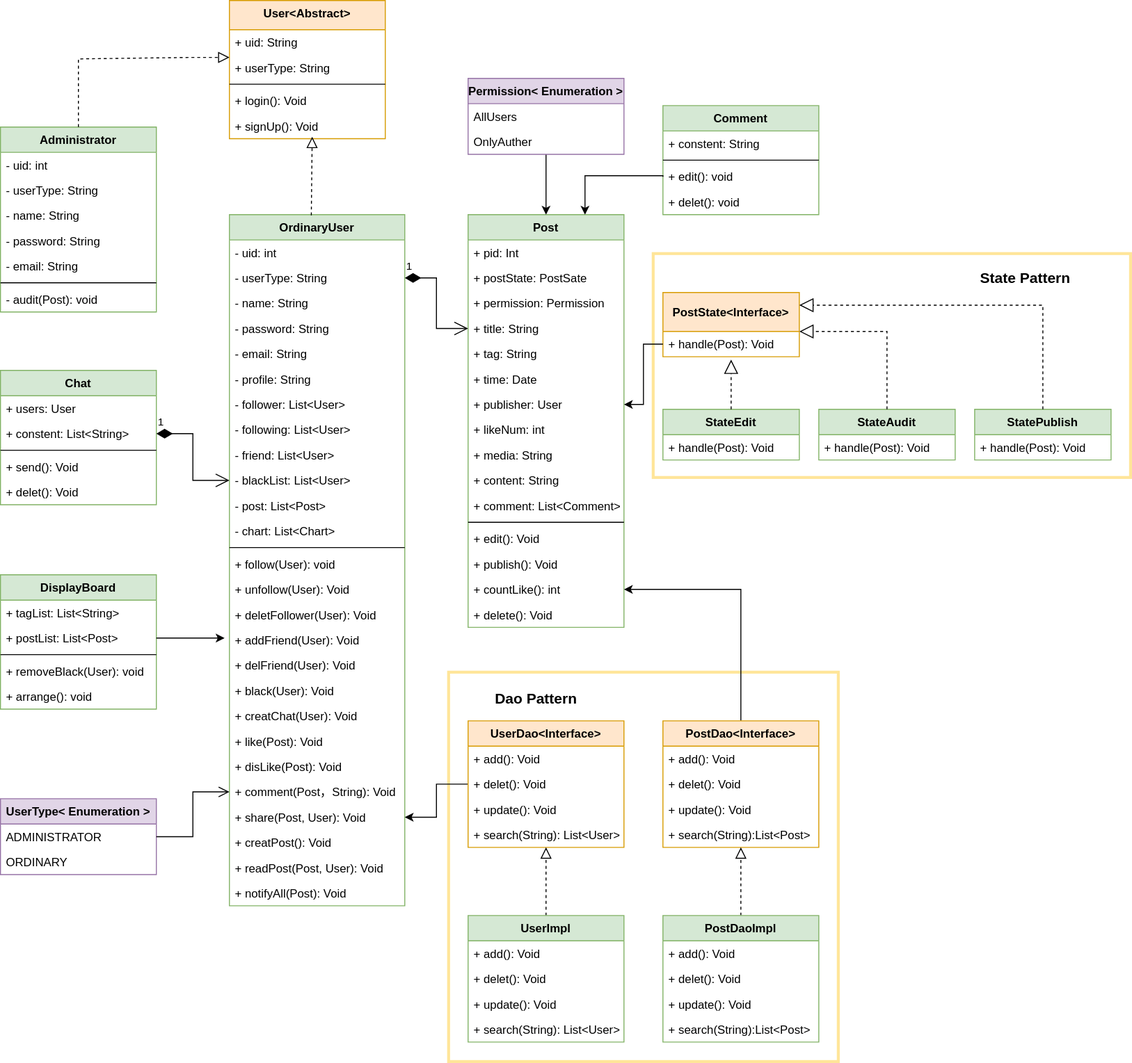
Before: Untitled Diagram.drawio.svg, a diagram exported from draw.io (liuqihan/UML). Source tidied: cells renumbered, new cells last; positions are measured from the earlier drawing's top-left corner, leaving out a move shared by most shapes.
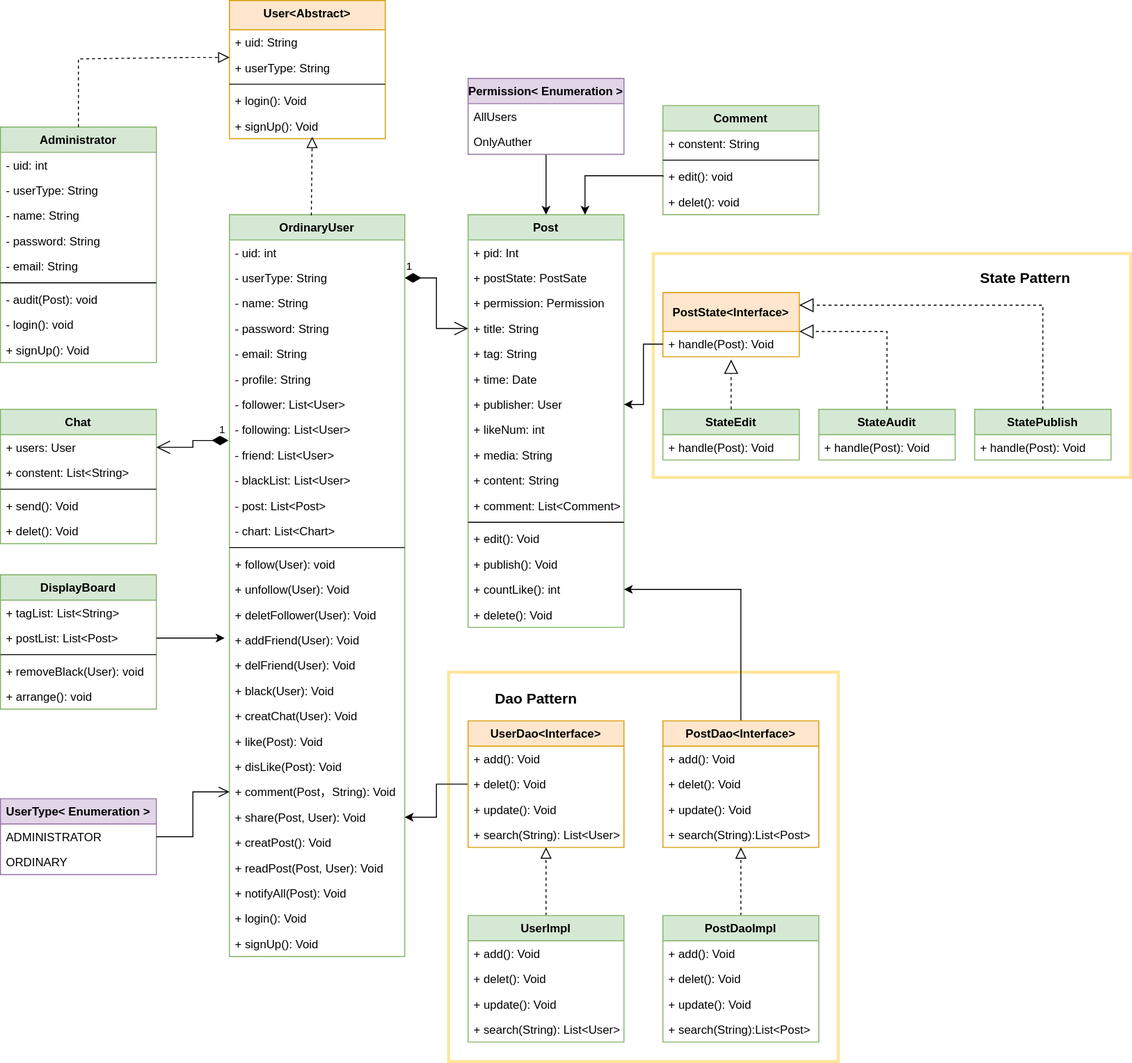
The same file after the commit.

What changed in the source:
```diff
@@ -9,7 +9,7 @@
       <mxGeometry x="670" y="260" width="490" height="230" as="geometry" />
     </mxCell>
     <mxCell id="4" value="Administrator" style="swimlane;fontStyle=1;align=center;verticalAlign=top;horizontal=1;startSize=26;swimlaneFillColor=none;fillColor=#d5e8d4;strokeColor=#82b366;" parent="1" vertex="1">
-      <mxGeometry y="130" width="160" height="190" as="geometry" />
+      <mxGeometry y="130" width="160" height="242" as="geometry" />
     </mxCell>
     <mxCell id="5" value="- uid: int" style="text;align=left;verticalAlign=top;spacingLeft=4;spacingRight=4;overflow=hidden;swimlaneFillColor=none;" parent="4" vertex="1">
       <mxGeometry y="26" width="160" height="26" as="geometry" />
@@ -32,8 +32,14 @@
     <mxCell id="11" value="- audit(Post): void" style="text;align=left;verticalAlign=top;spacingLeft=4;spacingRight=4;overflow=hidden;swimlaneFillColor=none;" parent="4" vertex="1">
       <mxGeometry y="164" width="160" height="26" as="geometry" />
     </mxCell>
+    <mxCell id="132" value="- login(): void" style="text;align=left;verticalAlign=top;spacingLeft=4;spacingRight=4;overflow=hidden;swimlaneFillColor=none;" parent="4" vertex="1">
+      <mxGeometry y="190" width="160" height="26" as="geometry" />
+    </mxCell>
+    <mxCell id="133" value="+ signUp(): Void" style="text;align=left;verticalAlign=top;spacingLeft=4;spacingRight=4;overflow=hidden;swimlaneFillColor=none;" parent="4" vertex="1">
+      <mxGeometry y="216" width="160" height="26" as="geometry" />
+    </mxCell>
     <mxCell id="12" value="OrdinaryUser" style="swimlane;fontStyle=1;align=center;verticalAlign=top;horizontal=1;startSize=26;fillColor=#d5e8d4;strokeColor=#82b366;" parent="1" vertex="1">
-      <mxGeometry x="235" y="220" width="180" height="710" as="geometry" />
+      <mxGeometry x="235" y="220" width="180" height="762" as="geometry" />
     </mxCell>
     <mxCell id="13" value="- uid: int" style="text;align=left;verticalAlign=top;spacingLeft=4;spacingRight=4;overflow=hidden;" parent="12" vertex="1">
       <mxGeometry y="26" width="180" height="26" as="geometry" />
@@ -113,8 +119,14 @@
     <mxCell id="38" value="+ readPost(Post, User): Void" style="text;align=left;verticalAlign=top;spacingLeft=4;spacingRight=4;overflow=hidden;" parent="12" vertex="1">
       <mxGeometry y="658" width="180" height="26" as="geometry" />
     </mxCell>
+    <mxCell id="134" value="+ notifyAll(Post): Void" style="text;align=left;verticalAlign=top;spacingLeft=4;spacingRight=4;overflow=hidden;" parent="12" vertex="1">
+      <mxGeometry y="684" width="180" height="26" as="geometry" />
+    </mxCell>
+    <mxCell id="135" value="+ login(): Void" style="text;align=left;verticalAlign=top;spacingLeft=4;spacingRight=4;overflow=hidden;" parent="12" vertex="1">
+      <mxGeometry y="710" width="180" height="26" as="geometry" />
+    </mxCell>
-    <mxCell id="39" value="+ notifyAll(Post): Void" style="text;align=left;verticalAlign=top;spacingLeft=4;spacingRight=4;overflow=hidden;" parent="12" vertex="1">
-      <mxGeometry y="684" width="180" height="26" as="geometry" />
+    <mxCell id="39" value="+ signUp(): Void" style="text;align=left;verticalAlign=top;spacingLeft=4;spacingRight=4;overflow=hidden;" parent="12" vertex="1">
+      <mxGeometry y="736" width="180" height="26" as="geometry" />
     </mxCell>
     <mxCell id="40" value="User&lt;Abstract&gt;" style="swimlane;fontStyle=1;align=center;verticalAlign=top;horizontal=1;startSize=30;fillColor=#ffe6cc;strokeColor=#d79b00;" parent="1" vertex="1">
       <mxGeometry x="235" width="160" height="142" as="geometry" />
@@ -282,7 +294,7 @@
       </mxGeometry>
     </mxCell>
     <mxCell id="88" value="Chat" style="swimlane;fontStyle=1;align=center;verticalAlign=top;horizontal=1;startSize=26;fillColor=#d5e8d4;strokeColor=#82b366;" parent="1" vertex="1">
-      <mxGeometry y="380" width="160" height="138" as="geometry" />
+      <mxGeometry y="420" width="160" height="138" as="geometry" />
     </mxCell>
     <mxCell id="89" value="+ users: User" style="text;align=left;verticalAlign=top;spacingLeft=4;spacingRight=4;overflow=hidden;points=[[0,0.5],[1,0.5]];portConstraint=eastwest;" parent="88" vertex="1">
       <mxGeometry y="26" width="160" height="26" as="geometry" />
@@ -322,9 +334,6 @@
         <mxPoint x="230" y="655" as="targetPoint" />
       </mxGeometry>
     </mxCell>
-    <mxCell id="101" value="1" style="endArrow=open;html=1;endSize=12;startArrow=diamondThin;startSize=14;startFill=1;edgeStyle=orthogonalEdgeStyle;align=left;verticalAlign=bottom;rounded=0;exitX=1;exitY=0.5;exitDx=0;exitDy=0;entryX=0;entryY=0.5;entryDx=0;entryDy=0;" parent="1" edge="1" source="90" target="22">
-      <mxGeometry x="-1" y="3" relative="1" as="geometry" />
-    </mxCell>
     <mxCell id="102" style="edgeStyle=orthogonalEdgeStyle;rounded=0;jettySize=auto;html=1;entryX=1;entryY=0.5;entryDx=0;entryDy=0;fontSize=15;" parent="1" edge="1" source="103" target="36">
       <mxGeometry relative="1" as="geometry" />
     </mxCell>
@@ -415,5 +424,8 @@
     <mxCell id="131" style="edgeStyle=orthogonalEdgeStyle;rounded=0;jettySize=auto;html=1;fontSize=15;endArrow=open;endFill=0;endSize=9;" parent="1" edge="1" source="129" target="35">
       <mxGeometry relative="1" as="geometry" />
     </mxCell>
+    <mxCell id="101" value="1" style="endArrow=open;html=1;endSize=12;startArrow=diamondThin;startSize=14;startFill=1;edgeStyle=orthogonalEdgeStyle;align=left;verticalAlign=bottom;rounded=0;exitX=-0.006;exitY=-0.077;exitDx=0;exitDy=0;exitPerimeter=0;entryX=1;entryY=0.5;entryDx=0;entryDy=0;" parent="1" edge="1" source="21" target="89">
+      <mxGeometry x="-0.74" y="-2" relative="1" as="geometry" />
+    </mxCell>
   </root>
 </mxGraphModel>
```
